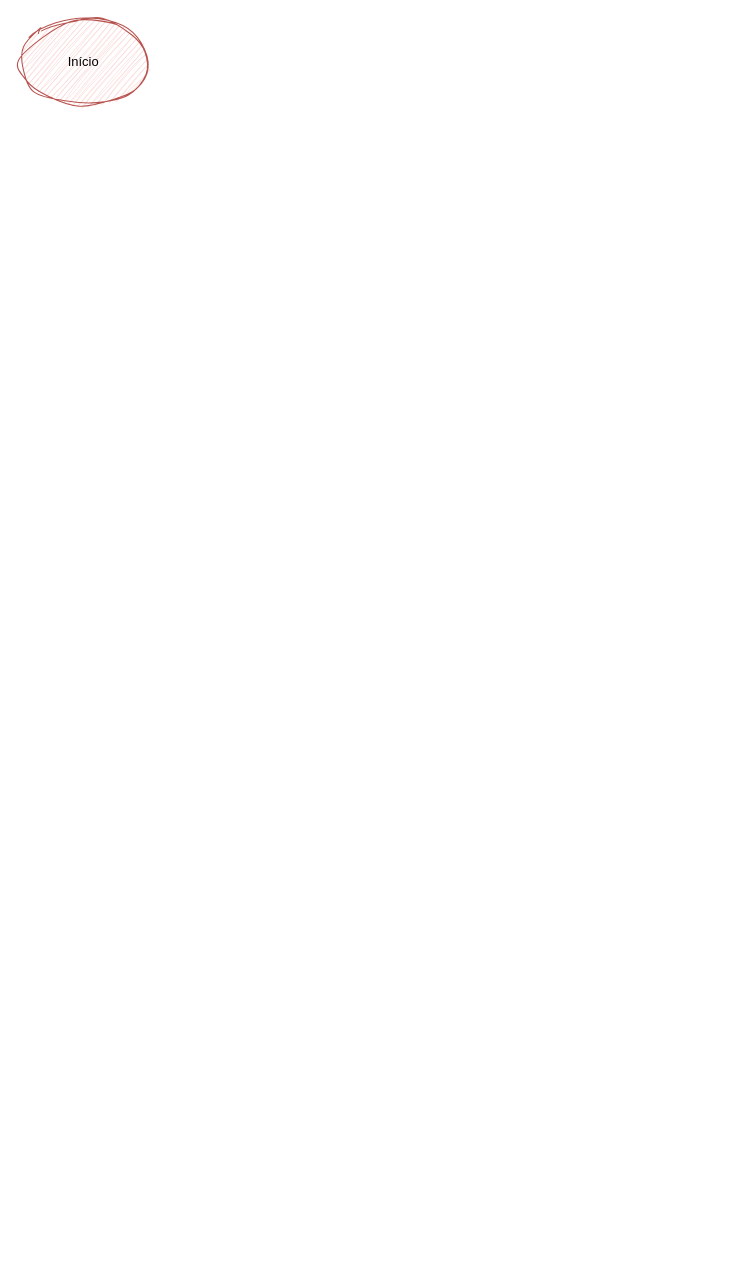
The draw.io diagram DOC/fluxograma.drawio in rt-xit/Novo-Projetoo, before the edit. Source tidied: cells renumbered, new cells numbered last; positions are measured from the earlier drawing's top-left corner, leaving out a move shared by most shapes. Both pictures are drawn from the tidied source at 108%, with x=0, y=0 at pixel (18, 18).
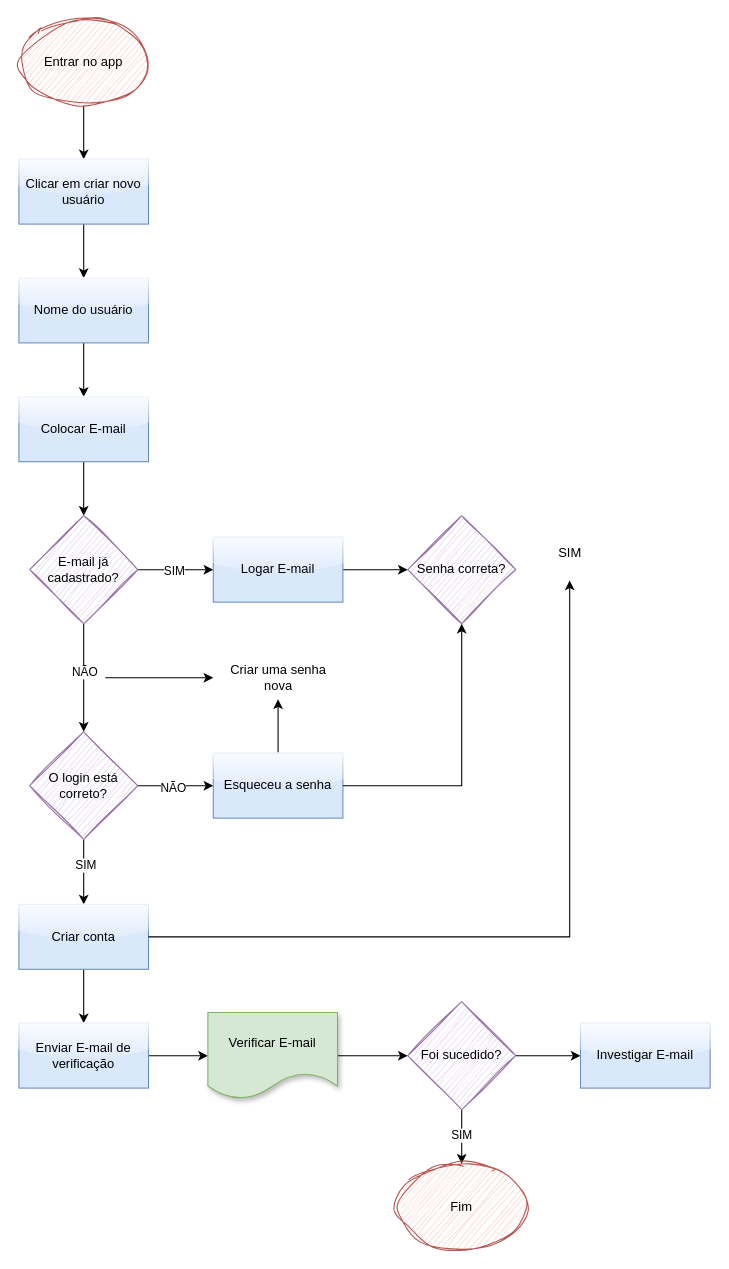
Above is the later version.

Change to the diagram source:
```diff
@@
+    <mxCell id="3" style="edgeStyle=orthogonalEdgeStyle;rounded=0;jettySize=auto;html=1;" parent="1" edge="1" source="2" target="5">
+      <mxGeometry relative="1" as="geometry" />
+    </mxCell>
-    <mxCell id="2" value="Início" style="ellipse;whiteSpace=wrap;html=1;fillColor=#f8cecc;strokeColor=#b85450;sketch=1;curveFitting=1;jiggle=2;" parent="1" vertex="1">
+    <mxCell id="2" value="Entrar no app" style="ellipse;whiteSpace=wrap;html=1;fillColor=#f8cecc;strokeColor=#b85450;sketch=1;curveFitting=1;jiggle=2;" parent="1" vertex="1">
       <mxGeometry width="120" height="80" as="geometry" />
     </mxCell>
+    <mxCell id="4" style="edgeStyle=orthogonalEdgeStyle;rounded=0;jettySize=auto;html=1;" parent="1" edge="1" source="5" target="7">
+      <mxGeometry relative="1" as="geometry" />
+    </mxCell>
+    <mxCell id="5" value="Clicar em criar novo&lt;div&gt;usuário&lt;/div&gt;" style="rounded=0;whiteSpace=wrap;html=1;fillColor=#dae8fc;strokeColor=#6c8ebf;glass=1;" parent="1" vertex="1">
+      <mxGeometry y="130" width="120" height="60" as="geometry" />
+    </mxCell>
+    <mxCell id="6" style="edgeStyle=orthogonalEdgeStyle;rounded=0;jettySize=auto;html=1;" parent="1" edge="1" source="7" target="9">
+      <mxGeometry relative="1" as="geometry" />
+    </mxCell>
+    <mxCell id="7" value="Nome do usuário" style="rounded=0;whiteSpace=wrap;html=1;fillColor=#dae8fc;strokeColor=#6c8ebf;glass=1;" parent="1" vertex="1">
+      <mxGeometry y="240" width="120" height="60" as="geometry" />
+    </mxCell>
+    <mxCell id="8" style="edgeStyle=orthogonalEdgeStyle;rounded=0;jettySize=auto;html=1;" parent="1" edge="1" source="9" target="14">
+      <mxGeometry relative="1" as="geometry" />
+    </mxCell>
+    <mxCell id="9" value="Colocar E-mail" style="rounded=0;whiteSpace=wrap;html=1;fillColor=#dae8fc;strokeColor=#6c8ebf;glass=1;" parent="1" vertex="1">
+      <mxGeometry y="350" width="120" height="60" as="geometry" />
+    </mxCell>
+    <mxCell id="10" style="edgeStyle=orthogonalEdgeStyle;rounded=0;jettySize=auto;html=1;" parent="1" edge="1" source="14" target="16">
+      <mxGeometry relative="1" as="geometry" />
+    </mxCell>
+    <mxCell id="11" value="SIM" style="edgeLabel;html=1;align=center;verticalAlign=middle;" parent="10" vertex="1">
+      <mxGeometry x="-0.06" relative="1" as="geometry" />
+    </mxCell>
+    <mxCell id="12" style="edgeStyle=orthogonalEdgeStyle;rounded=0;jettySize=auto;html=1;" parent="1" edge="1" source="14" target="21">
+      <mxGeometry relative="1" as="geometry" />
+    </mxCell>
+    <mxCell id="13" value="NÃO" style="edgeLabel;html=1;align=center;verticalAlign=middle;" parent="12" vertex="1">
+      <mxGeometry x="-0.12" relative="1" as="geometry" />
+    </mxCell>
+    <mxCell id="14" value="E-mail já&lt;div&gt;cadastrado?&lt;/div&gt;" style="rhombus;whiteSpace=wrap;html=1;fillColor=#e1d5e7;strokeColor=#9673a6;sketch=1;curveFitting=1;jiggle=2;" parent="1" vertex="1">
+      <mxGeometry x="10" y="460" width="100" height="100" as="geometry" />
+    </mxCell>
+    <mxCell id="15" style="edgeStyle=orthogonalEdgeStyle;rounded=0;jettySize=auto;html=1;" parent="1" edge="1" source="16" target="22">
+      <mxGeometry relative="1" as="geometry" />
+    </mxCell>
+    <mxCell id="16" value="Logar E-mail" style="rounded=0;whiteSpace=wrap;html=1;fillColor=#dae8fc;strokeColor=#6c8ebf;glass=1;" parent="1" vertex="1">
+      <mxGeometry x="180" y="480" width="120" height="60" as="geometry" />
+    </mxCell>
+    <mxCell id="17" style="edgeStyle=orthogonalEdgeStyle;rounded=0;jettySize=auto;html=1;" parent="1" edge="1" source="21" target="24">
+      <mxGeometry relative="1" as="geometry" />
+    </mxCell>
+    <mxCell id="18" value="NÃO" style="edgeLabel;html=1;align=center;verticalAlign=middle;" parent="17" vertex="1">
+      <mxGeometry x="-0.09" y="-1" relative="1" as="geometry" />
+    </mxCell>
+    <mxCell id="19" style="edgeStyle=orthogonalEdgeStyle;rounded=0;jettySize=auto;html=1;" parent="1" edge="1" source="21" target="29">
+      <mxGeometry relative="1" as="geometry" />
+    </mxCell>
+    <mxCell id="20" value="SIM" style="edgeLabel;html=1;align=center;verticalAlign=middle;" parent="19" vertex="1">
+      <mxGeometry x="-0.23" y="1" relative="1" as="geometry" />
+    </mxCell>
+    <mxCell id="21" value="O login está&lt;div&gt;correto?&lt;/div&gt;" style="rhombus;whiteSpace=wrap;html=1;fillColor=#e1d5e7;strokeColor=#9673a6;sketch=1;curveFitting=1;jiggle=2;" parent="1" vertex="1">
+      <mxGeometry x="10" y="660" width="100" height="100" as="geometry" />
+    </mxCell>
+    <mxCell id="22" value="Senha correta?" style="rhombus;whiteSpace=wrap;html=1;fillColor=#e1d5e7;strokeColor=#9673a6;sketch=1;curveFitting=1;jiggle=2;" parent="1" vertex="1">
+      <mxGeometry x="360" y="460" width="100" height="100" as="geometry" />
+    </mxCell>
+    <mxCell id="23" style="edgeStyle=orthogonalEdgeStyle;rounded=0;jettySize=auto;html=1;" parent="1" edge="1" source="24" target="27">
+      <mxGeometry relative="1" as="geometry" />
+    </mxCell>
+    <mxCell id="24" value="Esqueceu a senha" style="rounded=0;whiteSpace=wrap;html=1;glass=1;fillColor=#dae8fc;strokeColor=#6c8ebf;" parent="1" vertex="1">
+      <mxGeometry x="180" y="680" width="120" height="60" as="geometry" />
+    </mxCell>
+    <mxCell id="25" style="endArrow=classic;html=1;rounded=0;exitX=1;exitY=0.5;exitDx=0;exitDy=0;entryX=0.5;entryY=1;entryDx=0;entryDy=0;" parent="1" edge="1" source="24" target="22">
+      <mxGeometry relative="1" as="geometry">
+        <Array as="points">
+          <mxPoint x="410" y="710" />
+        </Array>
+      </mxGeometry>
+    </mxCell>
+    <mxCell id="26" style="endArrow=classic;html=1;rounded=0;entryX=0;entryY=0.5;entryDx=0;entryDy=0;" parent="1" edge="1">
+      <mxGeometry relative="1" as="geometry">
+        <mxPoint x="80" y="610" as="sourcePoint" />
+        <mxPoint x="180" y="610" as="targetPoint" />
+      </mxGeometry>
+    </mxCell>
+    <mxCell id="27" value="Criar uma senha&lt;div&gt;nova&lt;/div&gt;" style="text;html=1;align=center;verticalAlign=middle;points=[];strokeColor=none;fillColor=none;" parent="1" vertex="1">
+      <mxGeometry x="185" y="590" width="110" height="40" as="geometry" />
+    </mxCell>
+    <mxCell id="28" style="edgeStyle=orthogonalEdgeStyle;rounded=0;jettySize=auto;html=1;" parent="1" edge="1" source="29" target="31">
+      <mxGeometry relative="1" as="geometry" />
+    </mxCell>
+    <mxCell id="29" value="Criar conta" style="rounded=0;whiteSpace=wrap;html=1;fillColor=#dae8fc;strokeColor=#6c8ebf;glass=1;" parent="1" vertex="1">
+      <mxGeometry y="820" width="120" height="60" as="geometry" />
+    </mxCell>
+    <mxCell id="30" style="edgeStyle=orthogonalEdgeStyle;rounded=0;jettySize=auto;html=1;" parent="1" edge="1" source="31" target="33">
+      <mxGeometry relative="1" as="geometry" />
+    </mxCell>
+    <mxCell id="31" value="Enviar E-mail de&lt;div&gt;verificação&lt;/div&gt;" style="rounded=0;whiteSpace=wrap;html=1;fillColor=#dae8fc;strokeColor=#6c8ebf;glass=1;" parent="1" vertex="1">
+      <mxGeometry y="930" width="120" height="60" as="geometry" />
+    </mxCell>
+    <mxCell id="32" style="edgeStyle=orthogonalEdgeStyle;rounded=0;jettySize=auto;html=1;" parent="1" edge="1" source="33" target="37">
+      <mxGeometry relative="1" as="geometry" />
+    </mxCell>
+    <mxCell id="33" value="Verificar E-mail" style="shape=document;whiteSpace=wrap;html=1;boundedLbl=1;fillColor=#d5e8d4;strokeColor=#82b366;shadow=1;" parent="1" vertex="1">
+      <mxGeometry x="175" y="920" width="120" height="80" as="geometry" />
+    </mxCell>
+    <mxCell id="34" style="edgeStyle=orthogonalEdgeStyle;rounded=0;jettySize=auto;html=1;" parent="1" edge="1" source="37" target="38">
+      <mxGeometry relative="1" as="geometry" />
+    </mxCell>
+    <mxCell id="35" value="SIM" style="edgeLabel;html=1;align=center;verticalAlign=middle;" parent="34" vertex="1">
+      <mxGeometry x="-0.08" y="-1" relative="1" as="geometry" />
+    </mxCell>
+    <mxCell id="36" style="edgeStyle=orthogonalEdgeStyle;rounded=0;jettySize=auto;html=1;" parent="1" edge="1" source="37" target="39">
+      <mxGeometry relative="1" as="geometry" />
+    </mxCell>
+    <mxCell id="37" value="Foi sucedido?" style="rhombus;whiteSpace=wrap;html=1;fillColor=#e1d5e7;strokeColor=#9673a6;sketch=1;curveFitting=1;jiggle=2;" parent="1" vertex="1">
+      <mxGeometry x="360" y="910" width="100" height="100" as="geometry" />
+    </mxCell>
+    <mxCell id="38" value="Fim" style="ellipse;whiteSpace=wrap;html=1;fillColor=#f8cecc;strokeColor=#b85450;sketch=1;curveFitting=1;jiggle=2;" parent="1" vertex="1">
+      <mxGeometry x="350" y="1060" width="120" height="80" as="geometry" />
+    </mxCell>
+    <mxCell id="39" value="Investigar E-mail" style="rounded=0;whiteSpace=wrap;html=1;fillColor=#dae8fc;strokeColor=#6c8ebf;glass=1;" parent="1" vertex="1">
+      <mxGeometry x="520" y="930" width="120" height="60" as="geometry" />
+    </mxCell>
+    <mxCell id="40" style="endArrow=classic;html=1;rounded=0;exitX=1;exitY=0.5;exitDx=0;exitDy=0;" parent="1" edge="1" source="29">
+      <mxGeometry relative="1" as="geometry">
+        <mxPoint x="510" y="520" as="targetPoint" />
+        <Array as="points">
+          <mxPoint x="510" y="850" />
+        </Array>
+      </mxGeometry>
+    </mxCell>
+    <mxCell id="41" value="SIM" style="text;html=1;align=center;verticalAlign=middle;strokeColor=none;fillColor=none;" parent="1" vertex="1">
+      <mxGeometry x="490" y="480" width="40" height="30" as="geometry" />
+    </mxCell>
```
